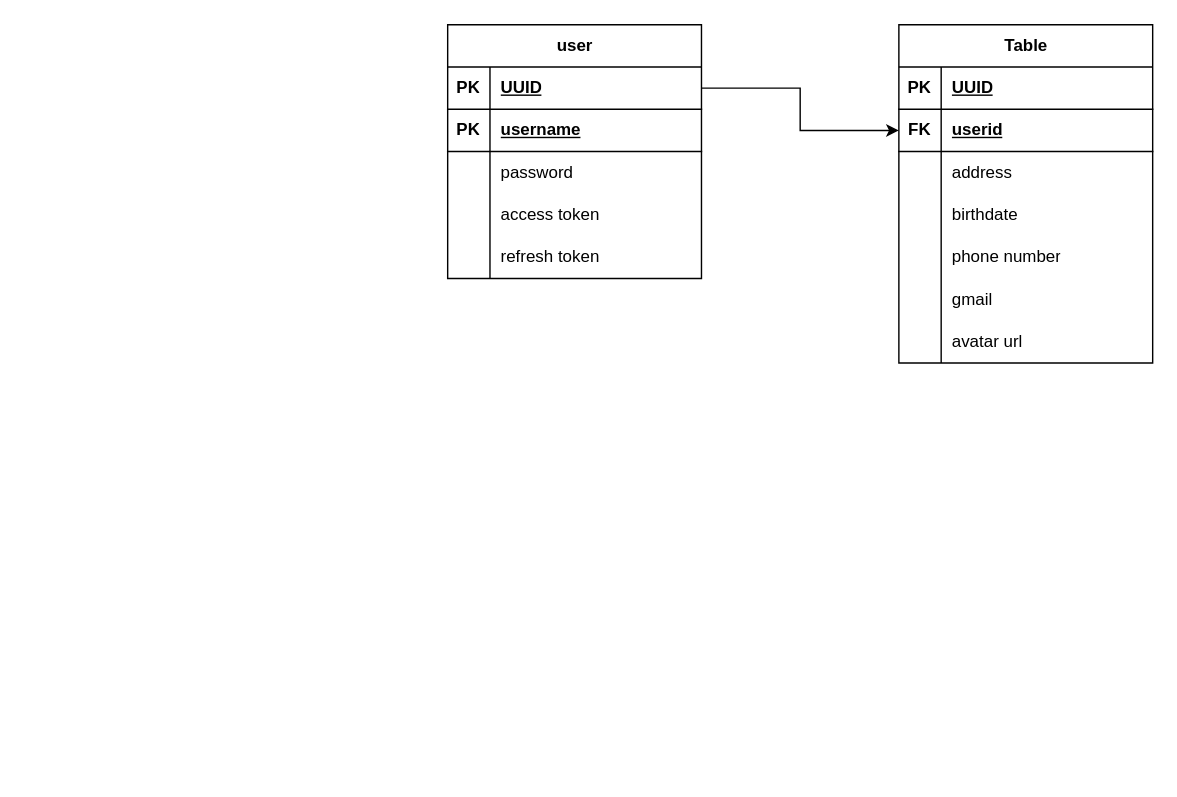
Above: page "user erd" (2 of 4) of architecture.drawio in FCJ-The-Laurels/system-arch (draw.io), before the change. Source tidied: cells renumbered, new cells numbered last; positions are measured from the earlier drawing's top-left corner, leaving out a move shared by most shapes. Both pictures are drawn from the tidied source at 141%, with x=0, y=0 at pixel (447, 24).
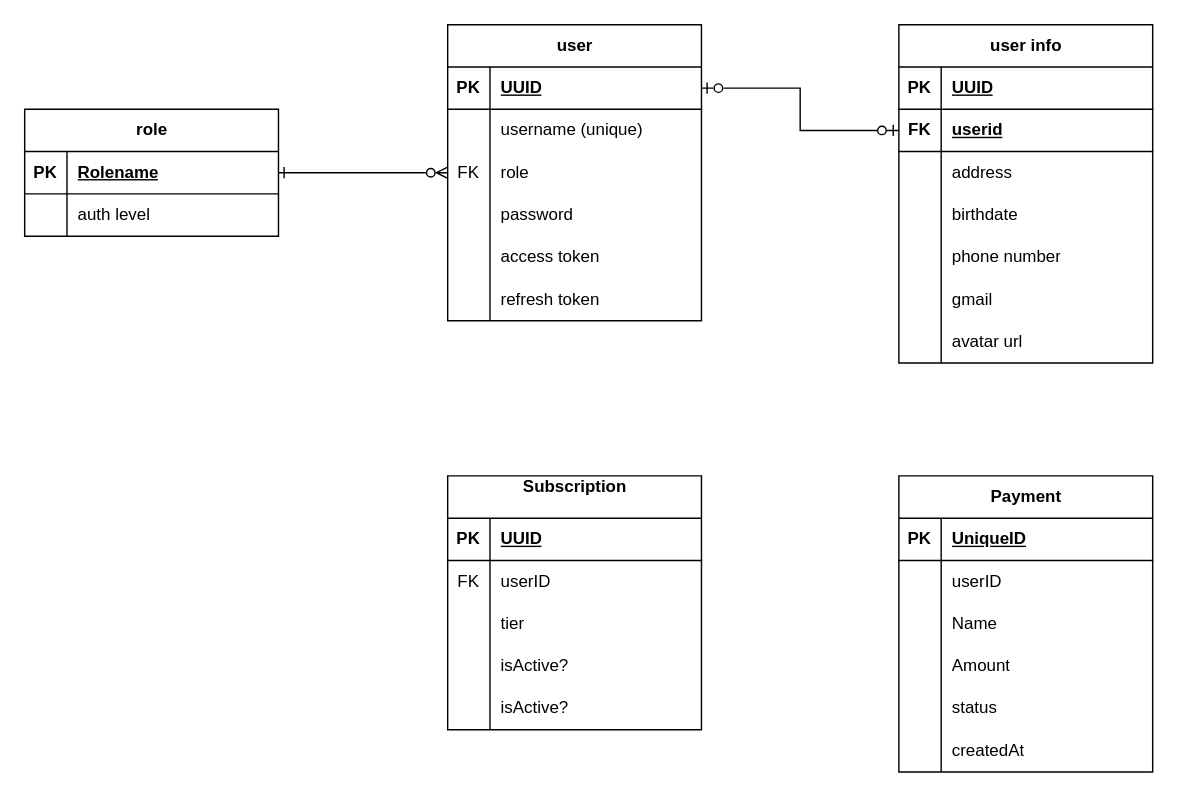
The same diagram, later.

Unchanged cells that the change refers to:
```xml
<mxCell id="3" style="shape=tableRow;horizontal=0;startSize=0;swimlaneHead=0;swimlaneBody=0;fillColor=none;points=[[0,0.5],[1,0.5]];portConstraint=eastwest;top=0;left=0;right=0;bottom=1;" parent="2" vertex="1">
  <mxGeometry y="30" width="180" height="30" as="geometry" />
</mxCell>
<mxCell id="22" style="shape=tableRow;horizontal=0;startSize=0;swimlaneHead=0;swimlaneBody=0;fillColor=none;points=[[0,0.5],[1,0.5]];portConstraint=eastwest;top=0;left=0;right=0;bottom=1;" parent="18" vertex="1">
  <mxGeometry y="60" width="180" height="30" as="geometry" />
</mxCell>
```

Change to the diagram source:
```diff
@@
     <mxCell id="2" value="user" style="shape=table;startSize=30;childLayout=tableLayout;rowLines=0;fontStyle=1;align=center;html=1;" parent="1" vertex="1">
-      <mxGeometry width="180" height="180" as="geometry" />
+      <mxGeometry width="180" height="210" as="geometry" />
     </mxCell>
@@
-    <mxCell id="6" style="shape=tableRow;horizontal=0;startSize=0;swimlaneHead=0;swimlaneBody=0;fillColor=none;top=0;left=0;right=0;bottom=1;" parent="2" vertex="1">
-      <mxGeometry y="60" width="180" height="30" as="geometry" />
-    </mxCell>
-    <mxCell id="7" value="PK" style="shape=partialRectangle;fillColor=none;top=0;left=0;bottom=0;right=0;fontStyle=1;overflow=hidden;whiteSpace=wrap;html=1;" parent="6" vertex="1">
-      <mxGeometry width="30" height="30" as="geometry" />
-    </mxCell>
-    <mxCell id="8" value="username" style="shape=partialRectangle;fillColor=none;top=0;left=0;bottom=0;right=0;align=left;spacingLeft=6;fontStyle=5;overflow=hidden;whiteSpace=wrap;html=1;" parent="6" vertex="1">
-      <mxGeometry x="30" width="150" height="30" as="geometry" />
-    </mxCell>
     <mxCell id="9" style="shape=tableRow;horizontal=0;startSize=0;swimlaneHead=0;swimlaneBody=0;fillColor=none;top=0;left=0;right=0;bottom=0;" parent="2" vertex="1">
-      <mxGeometry y="90" width="180" height="30" as="geometry" />
+      <mxGeometry y="60" width="180" height="30" as="geometry" />
     </mxCell>
@@
-    <mxCell id="11" value="password" style="shape=partialRectangle;fillColor=none;top=0;left=0;bottom=0;right=0;align=left;spacingLeft=6;overflow=hidden;whiteSpace=wrap;html=1;" parent="9" vertex="1">
+    <mxCell id="11" value="username (unique)" style="shape=partialRectangle;fillColor=none;top=0;left=0;bottom=0;right=0;align=left;spacingLeft=6;overflow=hidden;whiteSpace=wrap;html=1;" parent="9" vertex="1">
       <mxGeometry x="30" width="150" height="30" as="geometry" />
     </mxCell>
+    <mxCell id="41" style="shape=tableRow;horizontal=0;startSize=0;swimlaneHead=0;swimlaneBody=0;fillColor=none;points=[[0,0.5],[1,0.5]];portConstraint=eastwest;top=0;left=0;right=0;bottom=0;" parent="2" vertex="1">
+      <mxGeometry y="90" width="180" height="30" as="geometry" />
+    </mxCell>
+    <mxCell id="42" value="FK" style="shape=partialRectangle;fillColor=none;top=0;left=0;bottom=0;right=0;overflow=hidden;whiteSpace=wrap;html=1;" parent="41" vertex="1">
+      <mxGeometry width="30" height="30" as="geometry" />
+    </mxCell>
+    <mxCell id="43" value="role" style="shape=partialRectangle;fillColor=none;top=0;left=0;bottom=0;right=0;align=left;spacingLeft=6;overflow=hidden;whiteSpace=wrap;html=1;" parent="41" vertex="1">
+      <mxGeometry x="30" width="150" height="30" as="geometry" />
+    </mxCell>
+    <mxCell id="44" style="shape=tableRow;horizontal=0;startSize=0;swimlaneHead=0;swimlaneBody=0;fillColor=none;top=0;left=0;right=0;bottom=0;" parent="2" vertex="1">
+      <mxGeometry y="120" width="180" height="30" as="geometry" />
+    </mxCell>
+    <mxCell id="45" style="shape=partialRectangle;fillColor=none;top=0;left=0;bottom=0;right=0;overflow=hidden;whiteSpace=wrap;html=1;" parent="44" vertex="1">
+      <mxGeometry width="30" height="30" as="geometry" />
+    </mxCell>
+    <mxCell id="46" value="password" style="shape=partialRectangle;fillColor=none;top=0;left=0;bottom=0;right=0;align=left;spacingLeft=6;overflow=hidden;whiteSpace=wrap;html=1;" parent="44" vertex="1">
+      <mxGeometry x="30" width="150" height="30" as="geometry" />
+    </mxCell>
     <mxCell id="12" style="shape=tableRow;horizontal=0;startSize=0;swimlaneHead=0;swimlaneBody=0;fillColor=none;top=0;left=0;right=0;bottom=0;" parent="2" vertex="1">
-      <mxGeometry y="120" width="180" height="30" as="geometry" />
+      <mxGeometry y="150" width="180" height="30" as="geometry" />
     </mxCell>
@@
     <mxCell id="15" style="shape=tableRow;horizontal=0;startSize=0;swimlaneHead=0;swimlaneBody=0;fillColor=none;top=0;left=0;right=0;bottom=0;" parent="2" vertex="1">
-      <mxGeometry y="150" width="180" height="30" as="geometry" />
+      <mxGeometry y="180" width="180" height="30" as="geometry" />
     </mxCell>
@@
-    <mxCell id="18" value="Table" style="shape=table;startSize=30;childLayout=tableLayout;rowLines=0;fontStyle=1;align=center;html=1;" parent="1" vertex="1">
+    <mxCell id="18" value="user info" style="shape=table;startSize=30;childLayout=tableLayout;rowLines=0;fontStyle=1;align=center;html=1;" parent="1" vertex="1">
       <mxGeometry x="320" width="180" height="240" as="geometry" />
     </mxCell>
@@
-    <mxCell id="40" style="edgeStyle=orthogonalEdgeStyle;rounded=0;jettySize=auto;html=1;entryX=0;entryY=0.5;entryDx=0;entryDy=0;" parent="1" edge="1" source="3" target="22">
+    <mxCell id="40" style="edgeStyle=orthogonalEdgeStyle;rounded=0;jettySize=auto;html=1;entryX=0;entryY=0.5;entryDx=0;entryDy=0;startArrow=ERzeroToOne;startFill=0;endArrow=ERzeroToOne;endFill=0;" parent="1" edge="1" source="3" target="22">
       <mxGeometry relative="1" as="geometry" />
     </mxCell>
+    <mxCell id="47" style="edgeStyle=orthogonalEdgeStyle;rounded=0;jettySize=auto;html=1;endArrow=ERzeroToMany;endFill=0;startArrow=ERone;startFill=0;" parent="1" edge="1" source="48" target="41">
+      <mxGeometry relative="1" as="geometry" />
+    </mxCell>
+    <mxCell id="48" value="role" style="shape=table;startSize=30;childLayout=tableLayout;rowLines=0;fontStyle=1;align=center;html=1;" parent="1" vertex="1">
+      <mxGeometry x="-300" y="60" width="180" height="90" as="geometry" />
+    </mxCell>
+    <mxCell id="49" style="shape=tableRow;horizontal=0;startSize=0;swimlaneHead=0;swimlaneBody=0;fillColor=none;top=0;left=0;right=0;bottom=1;" parent="48" vertex="1">
+      <mxGeometry y="30" width="180" height="30" as="geometry" />
+    </mxCell>
+    <mxCell id="50" value="PK" style="shape=partialRectangle;fillColor=none;top=0;left=0;bottom=0;right=0;fontStyle=1;overflow=hidden;whiteSpace=wrap;html=1;" parent="49" vertex="1">
+      <mxGeometry width="30" height="30" as="geometry" />
+    </mxCell>
+    <mxCell id="51" value="Rolename" style="shape=partialRectangle;fillColor=none;top=0;left=0;bottom=0;right=0;align=left;spacingLeft=6;fontStyle=5;overflow=hidden;whiteSpace=wrap;html=1;" parent="49" vertex="1">
+      <mxGeometry x="30" width="150" height="30" as="geometry" />
+    </mxCell>
+    <mxCell id="52" style="shape=tableRow;horizontal=0;startSize=0;swimlaneHead=0;swimlaneBody=0;fillColor=none;top=0;left=0;right=0;bottom=0;" parent="48" vertex="1">
+      <mxGeometry y="60" width="180" height="30" as="geometry" />
+    </mxCell>
+    <mxCell id="53" style="shape=partialRectangle;fillColor=none;top=0;left=0;bottom=0;right=0;overflow=hidden;whiteSpace=wrap;html=1;" parent="52" vertex="1">
+      <mxGeometry width="30" height="30" as="geometry" />
+    </mxCell>
+    <mxCell id="54" value="auth level" style="shape=partialRectangle;fillColor=none;top=0;left=0;bottom=0;right=0;align=left;spacingLeft=6;overflow=hidden;whiteSpace=wrap;html=1;" parent="52" vertex="1">
+      <mxGeometry x="30" width="150" height="30" as="geometry" />
+    </mxCell>
+    <mxCell id="55" value="Subscription&lt;div&gt;&lt;br&gt;&lt;/div&gt;" style="shape=table;startSize=30;childLayout=tableLayout;rowLines=0;fontStyle=1;align=center;html=1;" parent="1" vertex="1">
+      <mxGeometry y="320" width="180" height="180" as="geometry" />
+    </mxCell>
+    <mxCell id="56" style="shape=tableRow;horizontal=0;startSize=0;swimlaneHead=0;swimlaneBody=0;fillColor=none;top=0;left=0;right=0;bottom=1;" parent="55" vertex="1">
+      <mxGeometry y="30" width="180" height="30" as="geometry" />
+    </mxCell>
+    <mxCell id="57" value="PK" style="shape=partialRectangle;fillColor=none;top=0;left=0;bottom=0;right=0;fontStyle=1;overflow=hidden;whiteSpace=wrap;html=1;" parent="56" vertex="1">
+      <mxGeometry width="30" height="30" as="geometry" />
+    </mxCell>
+    <mxCell id="58" value="UUID" style="shape=partialRectangle;fillColor=none;top=0;left=0;bottom=0;right=0;align=left;spacingLeft=6;fontStyle=5;overflow=hidden;whiteSpace=wrap;html=1;" parent="56" vertex="1">
+      <mxGeometry x="30" width="150" height="30" as="geometry" />
+    </mxCell>
+    <mxCell id="59" style="shape=tableRow;horizontal=0;startSize=0;swimlaneHead=0;swimlaneBody=0;fillColor=none;top=0;left=0;right=0;bottom=0;" parent="55" vertex="1">
+      <mxGeometry y="60" width="180" height="30" as="geometry" />
+    </mxCell>
+    <mxCell id="60" value="FK" style="shape=partialRectangle;fillColor=none;top=0;left=0;bottom=0;right=0;overflow=hidden;whiteSpace=wrap;html=1;" parent="59" vertex="1">
+      <mxGeometry width="30" height="30" as="geometry" />
+    </mxCell>
+    <mxCell id="61" value="userID" style="shape=partialRectangle;fillColor=none;top=0;left=0;bottom=0;right=0;align=left;spacingLeft=6;overflow=hidden;whiteSpace=wrap;html=1;" parent="59" vertex="1">
+      <mxGeometry x="30" width="150" height="30" as="geometry" />
+    </mxCell>
+    <mxCell id="62" style="shape=tableRow;horizontal=0;startSize=0;swimlaneHead=0;swimlaneBody=0;fillColor=none;top=0;left=0;right=0;bottom=0;" parent="55" vertex="1">
+      <mxGeometry y="90" width="180" height="30" as="geometry" />
+    </mxCell>
+    <mxCell id="63" style="shape=partialRectangle;fillColor=none;top=0;left=0;bottom=0;right=0;overflow=hidden;whiteSpace=wrap;html=1;" parent="62" vertex="1">
+      <mxGeometry width="30" height="30" as="geometry" />
+    </mxCell>
+    <mxCell id="64" value="tier" style="shape=partialRectangle;fillColor=none;top=0;left=0;bottom=0;right=0;align=left;spacingLeft=6;overflow=hidden;whiteSpace=wrap;html=1;" parent="62" vertex="1">
+      <mxGeometry x="30" width="150" height="30" as="geometry" />
+    </mxCell>
+    <mxCell id="65" style="shape=tableRow;horizontal=0;startSize=0;swimlaneHead=0;swimlaneBody=0;fillColor=none;top=0;left=0;right=0;bottom=0;" parent="55" vertex="1">
+      <mxGeometry y="120" width="180" height="30" as="geometry" />
+    </mxCell>
+    <mxCell id="66" style="shape=partialRectangle;fillColor=none;top=0;left=0;bottom=0;right=0;overflow=hidden;whiteSpace=wrap;html=1;" parent="65" vertex="1">
+      <mxGeometry width="30" height="30" as="geometry" />
+    </mxCell>
+    <mxCell id="67" value="isActive?" style="shape=partialRectangle;fillColor=none;top=0;left=0;bottom=0;right=0;align=left;spacingLeft=6;overflow=hidden;whiteSpace=wrap;html=1;" parent="65" vertex="1">
+      <mxGeometry x="30" width="150" height="30" as="geometry" />
+    </mxCell>
+    <mxCell id="68" style="shape=tableRow;horizontal=0;startSize=0;swimlaneHead=0;swimlaneBody=0;fillColor=none;top=0;left=0;right=0;bottom=0;" parent="55" vertex="1">
+      <mxGeometry y="150" width="180" height="30" as="geometry" />
+    </mxCell>
+    <mxCell id="69" style="shape=partialRectangle;fillColor=none;top=0;left=0;bottom=0;right=0;overflow=hidden;whiteSpace=wrap;html=1;" parent="68" vertex="1">
+      <mxGeometry width="30" height="30" as="geometry" />
+    </mxCell>
+    <mxCell id="70" value="isActive?" style="shape=partialRectangle;fillColor=none;top=0;left=0;bottom=0;right=0;align=left;spacingLeft=6;overflow=hidden;whiteSpace=wrap;html=1;" parent="68" vertex="1">
+      <mxGeometry x="30" width="150" height="30" as="geometry" />
+    </mxCell>
+    <mxCell id="71" value="Payment" style="shape=table;startSize=30;childLayout=tableLayout;rowLines=0;fontStyle=1;align=center;html=1;" parent="1" vertex="1">
+      <mxGeometry x="320" y="320" width="180" height="210" as="geometry" />
+    </mxCell>
+    <mxCell id="72" style="shape=tableRow;horizontal=0;startSize=0;swimlaneHead=0;swimlaneBody=0;fillColor=none;top=0;left=0;right=0;bottom=1;" parent="71" vertex="1">
+      <mxGeometry y="30" width="180" height="30" as="geometry" />
+    </mxCell>
+    <mxCell id="73" value="PK" style="shape=partialRectangle;fillColor=none;top=0;left=0;bottom=0;right=0;fontStyle=1;overflow=hidden;whiteSpace=wrap;html=1;" parent="72" vertex="1">
+      <mxGeometry width="30" height="30" as="geometry" />
+    </mxCell>
+    <mxCell id="74" value="UniqueID" style="shape=partialRectangle;fillColor=none;top=0;left=0;bottom=0;right=0;align=left;spacingLeft=6;fontStyle=5;overflow=hidden;whiteSpace=wrap;html=1;" parent="72" vertex="1">
+      <mxGeometry x="30" width="150" height="30" as="geometry" />
+    </mxCell>
+    <mxCell id="75" style="shape=tableRow;horizontal=0;startSize=0;swimlaneHead=0;swimlaneBody=0;fillColor=none;top=0;left=0;right=0;bottom=0;" parent="71" vertex="1">
+      <mxGeometry y="60" width="180" height="30" as="geometry" />
+    </mxCell>
+    <mxCell id="76" style="shape=partialRectangle;fillColor=none;top=0;left=0;bottom=0;right=0;overflow=hidden;whiteSpace=wrap;html=1;" parent="75" vertex="1">
+      <mxGeometry width="30" height="30" as="geometry" />
+    </mxCell>
+    <mxCell id="77" value="userID" style="shape=partialRectangle;fillColor=none;top=0;left=0;bottom=0;right=0;align=left;spacingLeft=6;overflow=hidden;whiteSpace=wrap;html=1;" parent="75" vertex="1">
+      <mxGeometry x="30" width="150" height="30" as="geometry" />
+    </mxCell>
+    <mxCell id="78" style="shape=tableRow;horizontal=0;startSize=0;swimlaneHead=0;swimlaneBody=0;fillColor=none;top=0;left=0;right=0;bottom=0;" parent="71" vertex="1">
+      <mxGeometry y="90" width="180" height="30" as="geometry" />
+    </mxCell>
+    <mxCell id="79" style="shape=partialRectangle;fillColor=none;top=0;left=0;bottom=0;right=0;overflow=hidden;whiteSpace=wrap;html=1;" parent="78" vertex="1">
+      <mxGeometry width="30" height="30" as="geometry" />
+    </mxCell>
+    <mxCell id="80" value="Name" style="shape=partialRectangle;fillColor=none;top=0;left=0;bottom=0;right=0;align=left;spacingLeft=6;overflow=hidden;whiteSpace=wrap;html=1;" parent="78" vertex="1">
+      <mxGeometry x="30" width="150" height="30" as="geometry" />
+    </mxCell>
+    <mxCell id="81" style="shape=tableRow;horizontal=0;startSize=0;swimlaneHead=0;swimlaneBody=0;fillColor=none;top=0;left=0;right=0;bottom=0;" parent="71" vertex="1">
+      <mxGeometry y="120" width="180" height="30" as="geometry" />
+    </mxCell>
+    <mxCell id="82" style="shape=partialRectangle;fillColor=none;top=0;left=0;bottom=0;right=0;overflow=hidden;whiteSpace=wrap;html=1;" parent="81" vertex="1">
+      <mxGeometry width="30" height="30" as="geometry" />
+    </mxCell>
+    <mxCell id="83" value="Amount" style="shape=partialRectangle;fillColor=none;top=0;left=0;bottom=0;right=0;align=left;spacingLeft=6;overflow=hidden;whiteSpace=wrap;html=1;" parent="81" vertex="1">
+      <mxGeometry x="30" width="150" height="30" as="geometry" />
+    </mxCell>
+    <mxCell id="84" style="shape=tableRow;horizontal=0;startSize=0;swimlaneHead=0;swimlaneBody=0;fillColor=none;top=0;left=0;right=0;bottom=0;" parent="71" vertex="1">
+      <mxGeometry y="150" width="180" height="30" as="geometry" />
+    </mxCell>
+    <mxCell id="85" style="shape=partialRectangle;fillColor=none;top=0;left=0;bottom=0;right=0;overflow=hidden;whiteSpace=wrap;html=1;" parent="84" vertex="1">
+      <mxGeometry width="30" height="30" as="geometry" />
+    </mxCell>
+    <mxCell id="86" value="status" style="shape=partialRectangle;fillColor=none;top=0;left=0;bottom=0;right=0;align=left;spacingLeft=6;overflow=hidden;whiteSpace=wrap;html=1;" parent="84" vertex="1">
+      <mxGeometry x="30" width="150" height="30" as="geometry" />
+    </mxCell>
+    <mxCell id="87" style="shape=tableRow;horizontal=0;startSize=0;swimlaneHead=0;swimlaneBody=0;fillColor=none;top=0;left=0;right=0;bottom=0;" parent="71" vertex="1">
+      <mxGeometry y="180" width="180" height="30" as="geometry" />
+    </mxCell>
+    <mxCell id="88" style="shape=partialRectangle;fillColor=none;top=0;left=0;bottom=0;right=0;overflow=hidden;whiteSpace=wrap;html=1;" parent="87" vertex="1">
+      <mxGeometry width="30" height="30" as="geometry" />
+    </mxCell>
+    <mxCell id="89" value="createdAt" style="shape=partialRectangle;fillColor=none;top=0;left=0;bottom=0;right=0;align=left;spacingLeft=6;overflow=hidden;whiteSpace=wrap;html=1;" parent="87" vertex="1">
+      <mxGeometry x="30" width="150" height="30" as="geometry" />
+    </mxCell>
```
